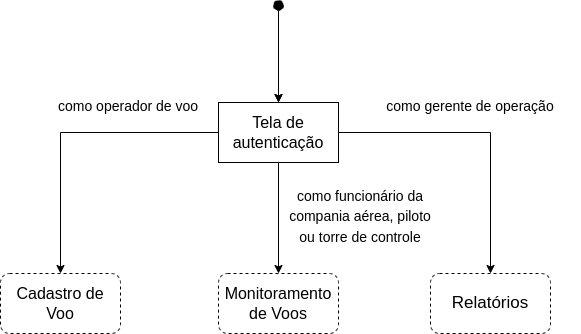
franos-pj/PCS3643-Grupo7 keeps this draw.io diagram as docs/images/diagrama_navegacao_geral.png. Above is the earlier version. Source tidied: cells renumbered, new cells last; positions are measured from the earlier drawing's top-left corner, leaving out a move shared by most shapes. The source it was exported from:
```xml
<mxGraphModel>
  <root>
    <mxCell id="0" />
    <mxCell id="1" parent="0" />
    <mxCell id="2" style="edgeStyle=orthogonalEdgeStyle;rounded=0;jettySize=auto;html=1;fontSize=17;" parent="1" edge="1" source="5" target="6">
      <mxGeometry relative="1" as="geometry">
        <Array as="points">
          <mxPoint x="60" y="132" />
        </Array>
      </mxGeometry>
    </mxCell>
    <mxCell id="3" style="edgeStyle=orthogonalEdgeStyle;rounded=0;jettySize=auto;html=1;fontSize=17;" parent="1" edge="1" source="5" target="7">
      <mxGeometry relative="1" as="geometry" />
    </mxCell>
    <mxCell id="4" style="edgeStyle=orthogonalEdgeStyle;rounded=0;jettySize=auto;html=1;fontSize=17;" parent="1" edge="1" source="5" target="8">
      <mxGeometry relative="1" as="geometry" />
    </mxCell>
    <mxCell id="5" value="&lt;span style=&quot;font-size: 16px;&quot;&gt;Tela de autenticação&lt;/span&gt;" style="rounded=0;whiteSpace=wrap;html=1;" parent="1" vertex="1">
      <mxGeometry x="218" y="102" width="120" height="60" as="geometry" />
    </mxCell>
    <mxCell id="6" value="&lt;font style=&quot;font-size: 16px;&quot;&gt;Cadastro de Voo&lt;/font&gt;" style="rounded=1;whiteSpace=wrap;html=1;gradientColor=none;dashed=1;" parent="1" vertex="1">
      <mxGeometry y="273" width="120" height="60" as="geometry" />
    </mxCell>
    <mxCell id="7" value="&lt;font style=&quot;font-size: 16px;&quot;&gt;Monitoramento de Voos&lt;/font&gt;" style="rounded=1;whiteSpace=wrap;html=1;dashed=1;" parent="1" vertex="1">
      <mxGeometry x="218" y="273" width="120" height="60" as="geometry" />
    </mxCell>
    <mxCell id="8" value="&lt;span style=&quot;font-size: 17px;&quot;&gt;Relatórios&lt;/span&gt;" style="rounded=1;whiteSpace=wrap;html=1;dashed=1;" parent="1" vertex="1">
      <mxGeometry x="430" y="273" width="120" height="60" as="geometry" />
    </mxCell>
    <mxCell id="9" style="endArrow=classic;html=1;rounded=0;fontSize=17;edgeStyle=orthogonalEdgeStyle;entryX=0.5;entryY=0;entryDx=0;entryDy=0;" parent="1" edge="1" target="5">
      <mxGeometry relative="1" as="geometry">
        <mxPoint x="278" y="11" as="sourcePoint" />
        <Array as="points">
          <mxPoint x="278" y="11" />
        </Array>
      </mxGeometry>
    </mxCell>
    <mxCell id="10" value="&lt;font style=&quot;font-size: 14px;&quot;&gt;como operador de voo&amp;nbsp;&lt;/font&gt;" style="text;html=1;strokeColor=none;fillColor=none;align=center;verticalAlign=middle;whiteSpace=wrap;rounded=0;fontSize=17;" parent="1" vertex="1">
      <mxGeometry x="40" y="91" width="180" height="30" as="geometry" />
    </mxCell>
    <mxCell id="11" value="&lt;font style=&quot;font-size: 14px;&quot;&gt;como gerente de operação&lt;/font&gt;" style="text;html=1;strokeColor=none;fillColor=none;align=center;verticalAlign=middle;whiteSpace=wrap;rounded=0;fontSize=17;" parent="1" vertex="1">
      <mxGeometry x="360" y="91" width="220" height="30" as="geometry" />
    </mxCell>
    <mxCell id="12" value="&lt;font style=&quot;font-size: 14px;&quot;&gt;como funcionário da compania aérea, piloto ou torre de controle&lt;/font&gt;" style="text;html=1;strokeColor=none;fillColor=none;align=center;verticalAlign=middle;whiteSpace=wrap;rounded=0;fontSize=17;" parent="1" vertex="1">
      <mxGeometry x="280" y="171" width="160" height="90" as="geometry" />
    </mxCell>
    <mxCell id="13" style="edgeStyle=orthogonalEdgeStyle;rounded=0;jettySize=auto;html=1;fontSize=14;" parent="1" edge="1" source="14" target="5">
      <mxGeometry relative="1" as="geometry" />
    </mxCell>
    <mxCell id="14" style="ellipse;whiteSpace=wrap;html=1;rounded=0;dashed=1;fontSize=14;gradientColor=none;fillColor=#000000;" parent="1" vertex="1">
      <mxGeometry x="273" width="10" height="10" as="geometry" />
    </mxCell>
  </root>
</mxGraphModel>
```
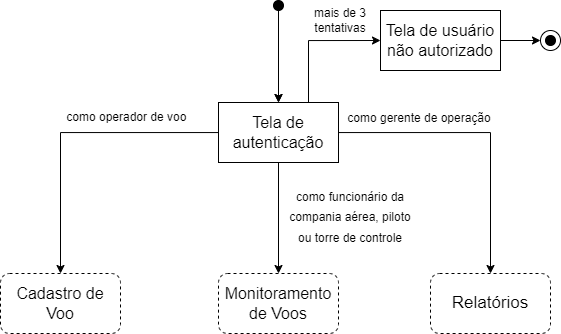
Later version of the same file.

What changed in the source:
```diff
@@ -15,6 +15,9 @@
     <mxCell id="4" style="edgeStyle=orthogonalEdgeStyle;rounded=0;jettySize=auto;html=1;fontSize=17;" parent="1" edge="1" source="5" target="8">
       <mxGeometry relative="1" as="geometry" />
     </mxCell>
+    <mxCell id="15" style="edgeStyle=orthogonalEdgeStyle;rounded=0;jettySize=auto;html=1;exitX=0.75;exitY=0;exitDx=0;exitDy=0;entryX=0;entryY=0.5;entryDx=0;entryDy=0;fontSize=12;" parent="1" edge="1" source="5" target="20">
+      <mxGeometry relative="1" as="geometry" />
+    </mxCell>
     <mxCell id="5" value="&lt;span style=&quot;font-size: 16px;&quot;&gt;Tela de autenticação&lt;/span&gt;" style="rounded=0;whiteSpace=wrap;html=1;" parent="1" vertex="1">
       <mxGeometry x="218" y="102" width="120" height="60" as="geometry" />
     </mxCell>
@@ -35,20 +38,35 @@
         </Array>
       </mxGeometry>
     </mxCell>
-    <mxCell id="10" value="&lt;font style=&quot;font-size: 14px;&quot;&gt;como operador de voo&amp;nbsp;&lt;/font&gt;" style="text;html=1;strokeColor=none;fillColor=none;align=center;verticalAlign=middle;whiteSpace=wrap;rounded=0;fontSize=17;" parent="1" vertex="1">
-      <mxGeometry x="40" y="91" width="180" height="30" as="geometry" />
+    <mxCell id="10" value="&lt;font style=&quot;font-size: 12px;&quot;&gt;como operador de voo&amp;nbsp;&lt;/font&gt;" style="text;html=1;strokeColor=none;fillColor=none;align=center;verticalAlign=middle;whiteSpace=wrap;rounded=0;fontSize=17;" parent="1" vertex="1">
+      <mxGeometry x="38" y="101" width="180" height="30" as="geometry" />
     </mxCell>
-    <mxCell id="11" value="&lt;font style=&quot;font-size: 14px;&quot;&gt;como gerente de operação&lt;/font&gt;" style="text;html=1;strokeColor=none;fillColor=none;align=center;verticalAlign=middle;whiteSpace=wrap;rounded=0;fontSize=17;" parent="1" vertex="1">
-      <mxGeometry x="360" y="91" width="220" height="30" as="geometry" />
+    <mxCell id="11" value="&lt;font style=&quot;font-size: 12px;&quot;&gt;como gerente de operação&lt;/font&gt;" style="text;html=1;strokeColor=none;fillColor=none;align=center;verticalAlign=middle;whiteSpace=wrap;rounded=0;fontSize=17;" parent="1" vertex="1">
+      <mxGeometry x="338" y="102" width="162" height="30" as="geometry" />
     </mxCell>
-    <mxCell id="12" value="&lt;font style=&quot;font-size: 14px;&quot;&gt;como funcionário da compania aérea, piloto ou torre de controle&lt;/font&gt;" style="text;html=1;strokeColor=none;fillColor=none;align=center;verticalAlign=middle;whiteSpace=wrap;rounded=0;fontSize=17;" parent="1" vertex="1">
-      <mxGeometry x="280" y="171" width="160" height="90" as="geometry" />
+    <mxCell id="12" value="&lt;font style=&quot;font-size: 12px;&quot;&gt;como funcionário da compania aérea, piloto ou torre de controle&lt;/font&gt;" style="text;html=1;strokeColor=none;fillColor=none;align=center;verticalAlign=middle;whiteSpace=wrap;rounded=0;fontSize=17;" parent="1" vertex="1">
+      <mxGeometry x="280" y="171" width="140" height="90" as="geometry" />
     </mxCell>
     <mxCell id="13" style="edgeStyle=orthogonalEdgeStyle;rounded=0;jettySize=auto;html=1;fontSize=14;" parent="1" edge="1" source="14" target="5">
       <mxGeometry relative="1" as="geometry" />
     </mxCell>
-    <mxCell id="14" style="ellipse;whiteSpace=wrap;html=1;rounded=0;dashed=1;fontSize=14;gradientColor=none;fillColor=#000000;" parent="1" vertex="1">
+    <mxCell id="14" style="ellipse;whiteSpace=wrap;html=1;rounded=0;fontSize=14;gradientColor=none;fillColor=#000000;" parent="1" vertex="1">
       <mxGeometry x="273" width="10" height="10" as="geometry" />
     </mxCell>
+    <mxCell id="16" value="&lt;span style=&quot;color: rgb(0, 0, 0); font-weight: 400;&quot;&gt;mais de 3 tentativas&lt;/span&gt;" style="text;html=1;strokeColor=none;fillColor=none;align=center;verticalAlign=middle;whiteSpace=wrap;rounded=0;fontColor=#003366;fontStyle=1;" parent="1" vertex="1">
+      <mxGeometry x="290" width="100" height="40.5" as="geometry" />
+    </mxCell>
+    <mxCell id="17" style="ellipse;whiteSpace=wrap;html=1;fillColor=none;" parent="1" vertex="1">
+      <mxGeometry x="540" y="30" width="20" height="20" as="geometry" />
+    </mxCell>
+    <mxCell id="18" style="ellipse;whiteSpace=wrap;html=1;rounded=0;fontSize=14;gradientColor=none;fillColor=#000000;" parent="1" vertex="1">
+      <mxGeometry x="545" y="35" width="10" height="10" as="geometry" />
+    </mxCell>
+    <mxCell id="19" style="edgeStyle=orthogonalEdgeStyle;rounded=0;jettySize=auto;html=1;exitX=1;exitY=0.5;exitDx=0;exitDy=0;entryX=0;entryY=0.5;entryDx=0;entryDy=0;fontSize=12;" parent="1" edge="1" source="20" target="17">
+      <mxGeometry relative="1" as="geometry" />
+    </mxCell>
+    <mxCell id="20" value="&lt;span style=&quot;font-size: 16px;&quot;&gt;Tela de usuário não autorizado&lt;/span&gt;" style="rounded=0;whiteSpace=wrap;html=1;" parent="1" vertex="1">
+      <mxGeometry x="380" y="10" width="120" height="60" as="geometry" />
+    </mxCell>
   </root>
 </mxGraphModel>
```
